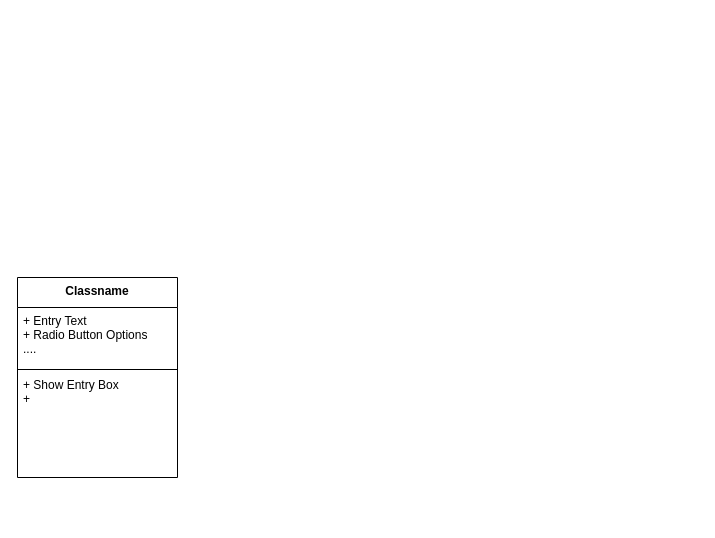
The draw.io diagram Diagram.drawio in HoangNKQ/TkinterFileManager, before the edit. Source tidied: cells renumbered, new cells numbered last; positions are measured from the earlier drawing's top-left corner, leaving out a move shared by most shapes. Both pictures are drawn from the tidied source at 100%, with x=0, y=0 at pixel (17, 277).
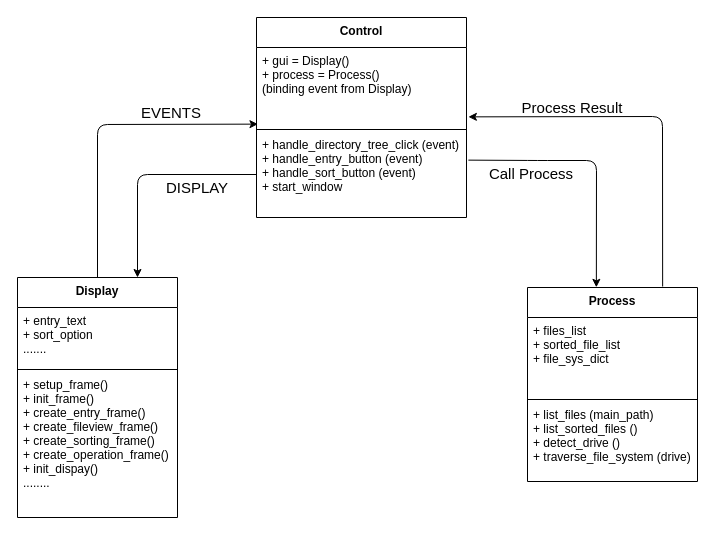
After the change.

Diff of the diagram source:
```diff
@@
-    <mxCell id="2" value="Classname" style="swimlane;fontStyle=1;align=center;verticalAlign=top;horizontal=1;startSize=30;" parent="1" vertex="1">
-      <mxGeometry width="160" height="200" as="geometry" />
+    <mxCell id="2" value="Display" style="swimlane;fontStyle=1;align=center;verticalAlign=top;horizontal=1;startSize=30;" parent="1" vertex="1">
+      <mxGeometry width="160" height="240" as="geometry" />
     </mxCell>
-    <mxCell id="3" value="+ Entry Text&#10;+ Radio Button Options&#10;...." style="text;strokeColor=none;fillColor=none;align=left;verticalAlign=top;spacingLeft=4;spacingRight=4;overflow=hidden;" parent="2" vertex="1">
+    <mxCell id="3" value="+ entry_text&#10;+ sort_option&#10;......." style="text;strokeColor=none;fillColor=none;align=left;verticalAlign=top;spacingLeft=4;spacingRight=4;overflow=hidden;" parent="2" vertex="1">
       <mxGeometry y="30" width="160" height="60" as="geometry" />
     </mxCell>
@@
-    <mxCell id="5" value="+ Show Entry Box&#10;+ " style="text;strokeColor=none;fillColor=none;align=left;verticalAlign=top;spacingLeft=4;spacingRight=4;overflow=hidden;" parent="2" vertex="1">
-      <mxGeometry y="94" width="160" height="106" as="geometry" />
+    <mxCell id="5" value="+ setup_frame()&#10;+ init_frame()&#10;+ create_entry_frame() &#10;+ create_fileview_frame()&#10;+ create_sorting_frame()&#10;+ create_operation_frame()&#10;+ init_dispay()&#10;........" style="text;strokeColor=none;fillColor=none;align=left;verticalAlign=top;spacingLeft=4;spacingRight=4;overflow=hidden;" parent="2" vertex="1">
+      <mxGeometry y="94" width="160" height="146" as="geometry" />
     </mxCell>
+    <mxCell id="6" value="Control" style="swimlane;fontStyle=1;align=center;verticalAlign=top;horizontal=1;startSize=30;" parent="1" vertex="1">
+      <mxGeometry x="239" y="-260" width="210" height="200" as="geometry" />
+    </mxCell>
+    <mxCell id="7" value="+ gui = Display()&#10;+ process = Process()&#10;(binding event from Display)" style="text;strokeColor=none;fillColor=none;align=left;verticalAlign=top;spacingLeft=4;spacingRight=4;overflow=hidden;points=[[0,0.5],[1,0.5]];portConstraint=eastwest;" parent="6" vertex="1">
+      <mxGeometry y="30" width="210" height="80" as="geometry" />
+    </mxCell>
+    <mxCell id="8" style="line;strokeWidth=1;fillColor=none;align=left;verticalAlign=middle;spacingTop=-1;spacingLeft=3;spacingRight=3;labelPosition=right;" parent="6" vertex="1">
+      <mxGeometry y="110" width="210" height="4" as="geometry" />
+    </mxCell>
+    <mxCell id="9" value="+ handle_directory_tree_click (event)&#10;+ handle_entry_button (event)&#10;+ handle_sort_button (event)&#10;+ start_window " style="text;strokeColor=none;fillColor=none;align=left;verticalAlign=top;spacingLeft=4;spacingRight=4;overflow=hidden;points=[[0,0.5],[1,0.5]];portConstraint=eastwest;" parent="6" vertex="1">
+      <mxGeometry y="114" width="210" height="86" as="geometry" />
+    </mxCell>
+    <mxCell id="10" value="Process" style="swimlane;fontStyle=1;align=center;verticalAlign=top;horizontal=1;startSize=30;" parent="1" vertex="1">
+      <mxGeometry x="510" y="10" width="170" height="194" as="geometry" />
+    </mxCell>
+    <mxCell id="11" value="+ files_list&#10;+ sorted_file_list&#10;+ file_sys_dict" style="text;strokeColor=none;fillColor=none;align=left;verticalAlign=top;spacingLeft=4;spacingRight=4;overflow=hidden;" parent="10" vertex="1">
+      <mxGeometry y="30" width="170" height="80" as="geometry" />
+    </mxCell>
+    <mxCell id="12" style="line;strokeWidth=1;fillColor=none;align=left;verticalAlign=middle;spacingTop=-1;spacingLeft=3;spacingRight=3;labelPosition=right;" parent="10" vertex="1">
+      <mxGeometry y="110" width="170" height="4" as="geometry" />
+    </mxCell>
+    <mxCell id="13" value="+ list_files (main_path)&#10;+ list_sorted_files ()&#10;+ detect_drive ()&#10;+ traverse_file_system (drive)" style="text;strokeColor=none;fillColor=none;align=left;verticalAlign=top;spacingLeft=4;spacingRight=4;overflow=hidden;" parent="10" vertex="1">
+      <mxGeometry y="114" width="170" height="80" as="geometry" />
+    </mxCell>
+    <mxCell id="14" style="endArrow=classic;html=1;exitX=0.5;exitY=0;exitDx=0;exitDy=0;entryX=0.007;entryY=0.958;entryDx=0;entryDy=0;entryPerimeter=0;" parent="1" edge="1" source="2" target="7">
+      <mxGeometry relative="1" as="geometry">
+        <Array as="points">
+          <mxPoint x="80" y="-153" />
+        </Array>
+      </mxGeometry>
+    </mxCell>
+    <mxCell id="15" value="&lt;font style=&quot;font-size: 15px&quot;&gt;EVENTS&lt;/font&gt;" style="text;html=1;strokeColor=none;fillColor=none;align=center;verticalAlign=middle;whiteSpace=wrap;rounded=0;" parent="1" vertex="1">
+      <mxGeometry x="114" y="-175" width="80" height="20" as="geometry" />
+    </mxCell>
+    <mxCell id="16" style="endArrow=classic;html=1;exitX=0;exitY=0.5;exitDx=0;exitDy=0;entryX=0.75;entryY=0;entryDx=0;entryDy=0;" parent="1" edge="1" source="9" target="2">
+      <mxGeometry relative="1" as="geometry">
+        <Array as="points">
+          <mxPoint x="120" y="-103" />
+        </Array>
+      </mxGeometry>
+    </mxCell>
+    <mxCell id="17" value="&lt;font style=&quot;font-size: 15px&quot;&gt;DISPLAY&lt;/font&gt;" style="text;html=1;strokeColor=none;fillColor=none;align=center;verticalAlign=middle;whiteSpace=wrap;rounded=0;" parent="1" vertex="1">
+      <mxGeometry x="140" y="-100" width="80" height="20" as="geometry" />
+    </mxCell>
+    <mxCell id="18" style="endArrow=classic;html=1;exitX=0.795;exitY=-0.005;exitDx=0;exitDy=0;entryX=1.009;entryY=0.867;entryDx=0;entryDy=0;entryPerimeter=0;exitPerimeter=0;" parent="1" edge="1" source="10" target="7">
+      <mxGeometry relative="1" as="geometry">
+        <Array as="points">
+          <mxPoint x="645" y="-161" />
+        </Array>
+      </mxGeometry>
+    </mxCell>
+    <mxCell id="19" value="&lt;span style=&quot;font-size: 15px&quot;&gt;Process Result&lt;/span&gt;" style="text;html=1;strokeColor=none;fillColor=none;align=center;verticalAlign=middle;whiteSpace=wrap;rounded=0;" parent="1" vertex="1">
+      <mxGeometry x="490" y="-180" width="130" height="20" as="geometry" />
+    </mxCell>
+    <mxCell id="20" style="endArrow=classic;html=1;exitX=1.009;exitY=0.333;exitDx=0;exitDy=0;exitPerimeter=0;entryX=0.405;entryY=-0.001;entryDx=0;entryDy=0;entryPerimeter=0;" parent="1" edge="1" source="9" target="10">
+      <mxGeometry relative="1" as="geometry">
+        <Array as="points">
+          <mxPoint x="520" y="-117" />
+          <mxPoint x="579" y="-117" />
+        </Array>
+      </mxGeometry>
+    </mxCell>
+    <mxCell id="21" value="&lt;span style=&quot;font-size: 15px&quot;&gt;Call Process&lt;/span&gt;" style="text;html=1;strokeColor=none;fillColor=none;align=center;verticalAlign=middle;whiteSpace=wrap;rounded=0;" parent="1" vertex="1">
+      <mxGeometry x="449" y="-114" width="130" height="20" as="geometry" />
+    </mxCell>
```
